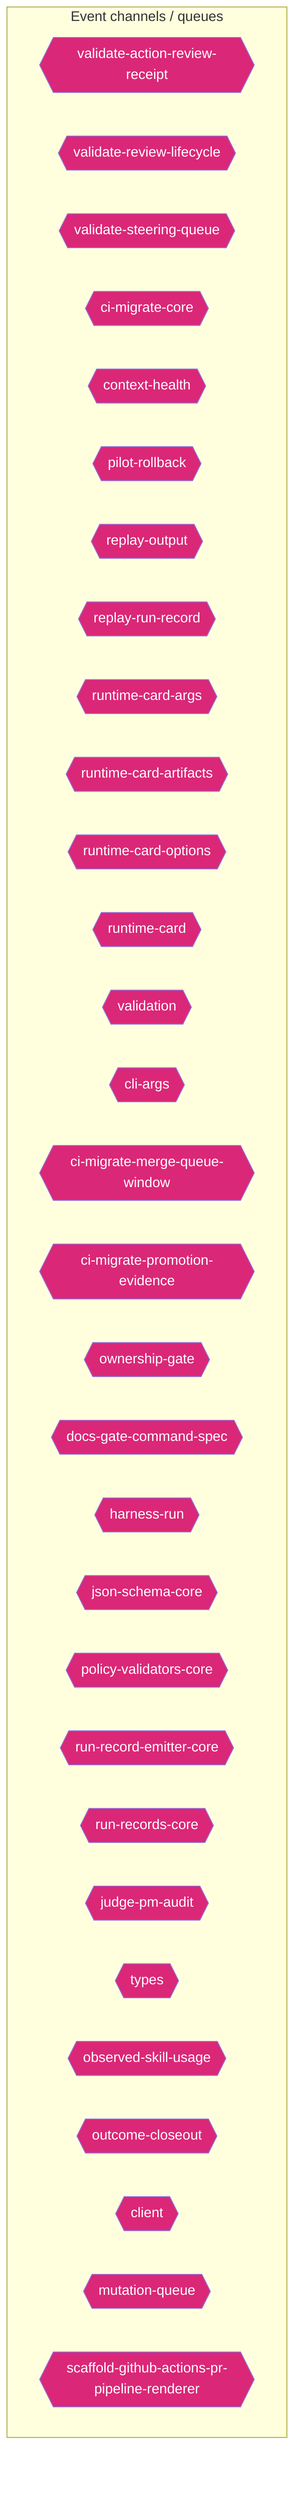
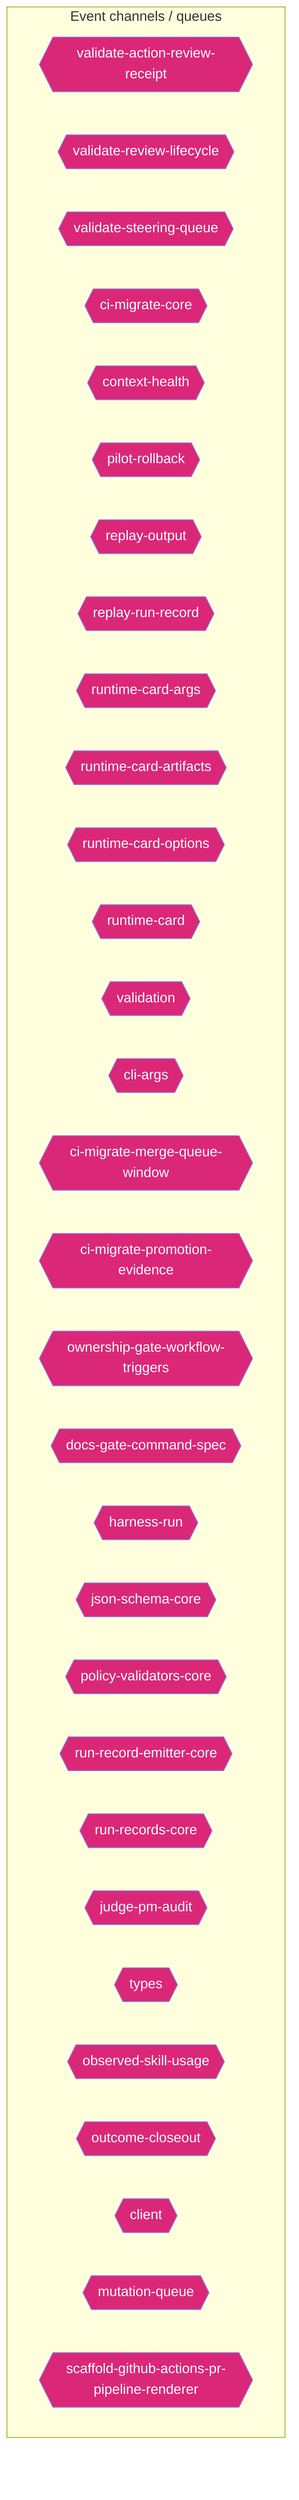
flowchart TD
  subgraph Channels["Event channels / queues"]
    validate_action_review_receipt_fa2f06c3{{"validate-action-review-receipt"}}
    validate_review_lifecycle_0b410d1e{{"validate-review-lifecycle"}}
    validate_steering_queue_4bc0cc94{{"validate-steering-queue"}}
    ci_migrate_core_7005b5af{{"ci-migrate-core"}}
    context_health_80bb7da9{{"context-health"}}
    pilot_rollback_00c1f82c{{"pilot-rollback"}}
    replay_output_993eda9e{{"replay-output"}}
    replay_run_record_9a08cce2{{"replay-run-record"}}
    runtime_card_args_2b3d4b28{{"runtime-card-args"}}
    runtime_card_artifacts_143b799c{{"runtime-card-artifacts"}}
    runtime_card_options_c9156ad5{{"runtime-card-options"}}
    runtime_card_e06b53e1{{"runtime-card"}}
    validation_98c41dcd{{"validation"}}
    cli_args_1_6144b055{{"cli-args"}}
    ci_migrate_merge_queue_window_0070bd6d{{"ci-migrate-merge-queue-window"}}
    ci_migrate_promotion_evidence_1a2dc527{{"ci-migrate-promotion-evidence"}}
-     ownership_gate_2e194d13{{"ownership-gate"}}
+     ownership_gate_workflow_triggers_b60d2eab{{"ownership-gate-workflow-triggers"}}
    docs_gate_command_spec_16795187{{"docs-gate-command-spec"}}
    harness_run_c0761792{{"harness-run"}}
    json_schema_core_96d7e328{{"json-schema-core"}}
    policy_validators_core_714a3fe7{{"policy-validators-core"}}
    run_record_emitter_core_688049d5{{"run-record-emitter-core"}}
    run_records_core_89286dfa{{"run-records-core"}}
    judge_pm_audit_ccd20b35{{"judge-pm-audit"}}
    types_11_4be3ee64{{"types"}}
    observed_skill_usage_ed7d5930{{"observed-skill-usage"}}
    outcome_closeout_ba497ec2{{"outcome-closeout"}}
    client_948fe603{{"client"}}
    mutation_queue_ce5a530e{{"mutation-queue"}}
    scaffold_github_actions_pr_pipeline_renderer_1ee18de5{{"scaffold-github-actions-pr-pipeline-renderer"}}
  end
  classDef eventNode fill:#db2777,color:#fff
-   class validate_action_review_receipt_fa2f06c3,validate_review_lifecycle_0b410d1e,validate_steering_queue_4bc0cc94,ci_migrate_core_7005b5af,context_health_80bb7da9,pilot_rollback_00c1f82c,replay_output_993eda9e,replay_run_record_9a08cce2,runtime_card_args_2b3d4b28,runtime_card_artifacts_143b799c,runtime_card_options_c9156ad5,runtime_card_e06b53e1,validation_98c41dcd,cli_args_1_6144b055,ci_migrate_merge_queue_window_0070bd6d,ci_migrate_promotion_evidence_1a2dc527,ownership_gate_2e194d13,docs_gate_command_spec_16795187,harness_run_c0761792,json_schema_core_96d7e328,policy_validators_core_714a3fe7,run_record_emitter_core_688049d5,run_records_core_89286dfa,judge_pm_audit_ccd20b35,types_11_4be3ee64,observed_skill_usage_ed7d5930,outcome_closeout_ba497ec2,client_948fe603,mutation_queue_ce5a530e,scaffold_github_actions_pr_pipeline_renderer_1ee18de5 eventNode
+   class validate_action_review_receipt_fa2f06c3,validate_review_lifecycle_0b410d1e,validate_steering_queue_4bc0cc94,ci_migrate_core_7005b5af,context_health_80bb7da9,pilot_rollback_00c1f82c,replay_output_993eda9e,replay_run_record_9a08cce2,runtime_card_args_2b3d4b28,runtime_card_artifacts_143b799c,runtime_card_options_c9156ad5,runtime_card_e06b53e1,validation_98c41dcd,cli_args_1_6144b055,ci_migrate_merge_queue_window_0070bd6d,ci_migrate_promotion_evidence_1a2dc527,ownership_gate_workflow_triggers_b60d2eab,docs_gate_command_spec_16795187,harness_run_c0761792,json_schema_core_96d7e328,policy_validators_core_714a3fe7,run_record_emitter_core_688049d5,run_records_core_89286dfa,judge_pm_audit_ccd20b35,types_11_4be3ee64,observed_skill_usage_ed7d5930,outcome_closeout_ba497ec2,client_948fe603,mutation_queue_ce5a530e,scaffold_github_actions_pr_pipeline_renderer_1ee18de5 eventNode
